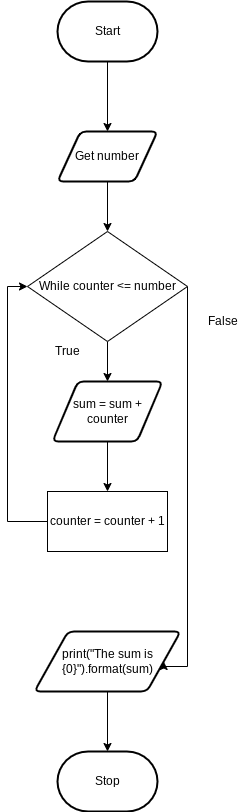
Earlier version of the draw.io export flowchart.png (michael-clermont1/ICS3U-Unit4-01-Python). Source tidied: cells renumbered, new cells last; positions are measured from the earlier drawing's top-left corner, leaving out a move shared by most shapes.
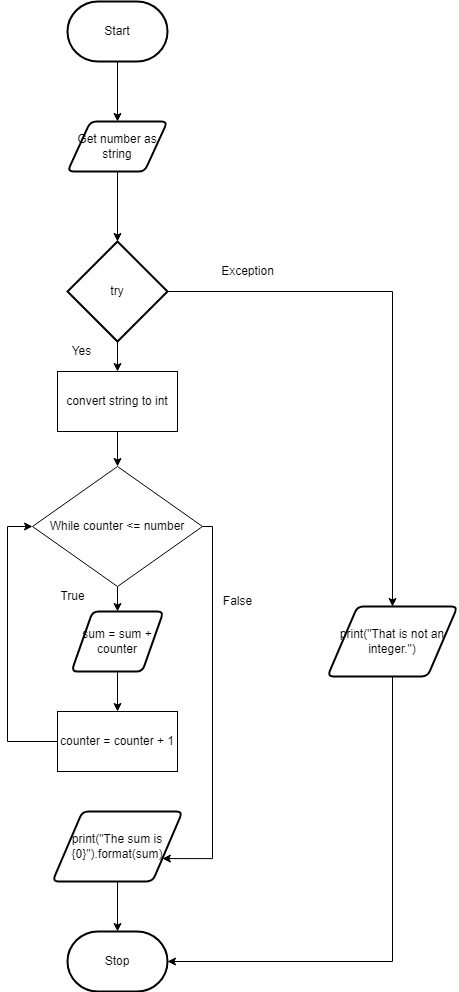
The same diagram one commit later.

What changed in the source:
```diff
@@ -2,62 +2,94 @@
   <root>
     <mxCell id="0" />
     <mxCell id="1" parent="0" />
-    <mxCell id="2" style="edgeStyle=none;html=1;entryX=0.5;entryY=0;entryDx=0;entryDy=0;" parent="1" edge="1" source="3" target="11">
-      <mxGeometry relative="1" as="geometry" />
-    </mxCell>
+    <mxCell id="18" style="edgeStyle=orthogonalEdgeStyle;rounded=0;html=1;entryX=0.5;entryY=0;entryDx=0;entryDy=0;entryPerimeter=0;" parent="1" edge="1" source="3" target="7">
+      <mxGeometry relative="1" as="geometry" />
+    </mxCell>
-    <mxCell id="3" value="Get number" style="shape=parallelogram;html=1;strokeWidth=2;perimeter=parallelogramPerimeter;whiteSpace=wrap;rounded=1;arcSize=12;size=0.23;" parent="1" vertex="1">
-      <mxGeometry x="50" y="130" width="100" height="50" as="geometry" />
+    <mxCell id="3" value="Get number as string" style="shape=parallelogram;html=1;strokeWidth=2;perimeter=parallelogramPerimeter;whiteSpace=wrap;rounded=1;arcSize=12;size=0.23;" parent="1" vertex="1">
+      <mxGeometry x="50" y="-10" width="100" height="50" as="geometry" />
     </mxCell>
     <mxCell id="4" style="edgeStyle=orthogonalEdgeStyle;rounded=0;html=1;entryX=0.5;entryY=0;entryDx=0;entryDy=0;" parent="1" edge="1" source="5" target="3">
       <mxGeometry relative="1" as="geometry" />
     </mxCell>
     <mxCell id="5" value="Start" style="strokeWidth=2;html=1;shape=mxgraph.flowchart.terminator;whiteSpace=wrap;" parent="1" vertex="1">
-      <mxGeometry x="50" width="100" height="60" as="geometry" />
+      <mxGeometry x="50" y="-130" width="100" height="60" as="geometry" />
     </mxCell>
     <mxCell id="6" value="Stop" style="strokeWidth=2;html=1;shape=mxgraph.flowchart.terminator;whiteSpace=wrap;" parent="1" vertex="1">
-      <mxGeometry x="50" y="750" width="100" height="60" as="geometry" />
+      <mxGeometry x="50" y="800" width="100" height="60" as="geometry" />
     </mxCell>
-    <mxCell id="7" style="edgeStyle=orthogonalEdgeStyle;rounded=0;html=1;entryX=0.5;entryY=0;entryDx=0;entryDy=0;entryPerimeter=0;" parent="1" edge="1" source="8" target="6">
-      <mxGeometry relative="1" as="geometry" />
-    </mxCell>
-    <mxCell id="8" value="print(&quot;The sum is {0}&quot;).format(sum)" style="shape=parallelogram;html=1;strokeWidth=2;perimeter=parallelogramPerimeter;whiteSpace=wrap;rounded=1;arcSize=12;size=0.23;" parent="1" vertex="1">
-      <mxGeometry x="27" y="630" width="146" height="60" as="geometry" />
-    </mxCell>
+    <mxCell id="14" style="edgeStyle=none;html=1;entryX=0.5;entryY=0;entryDx=0;entryDy=0;" parent="1" edge="1" source="15" target="17">
+      <mxGeometry relative="1" as="geometry" />
+    </mxCell>
+    <mxCell id="15" value="sum = sum + counter" style="shape=parallelogram;html=1;strokeWidth=2;perimeter=parallelogramPerimeter;whiteSpace=wrap;rounded=1;arcSize=12;size=0.23;" parent="1" vertex="1">
+      <mxGeometry x="54" y="480" width="92" height="60" as="geometry" />
+    </mxCell>
     <mxCell id="9" style="edgeStyle=none;html=1;entryX=0.5;entryY=0;entryDx=0;entryDy=0;" parent="1" edge="1" source="11" target="15">
       <mxGeometry relative="1" as="geometry" />
     </mxCell>
-    <mxCell id="10" style="edgeStyle=orthogonalEdgeStyle;rounded=0;html=1;entryX=1;entryY=0.5;entryDx=0;entryDy=0;" parent="1" edge="1" source="11" target="8">
-      <mxGeometry relative="1" as="geometry">
-        <Array as="points">
-          <mxPoint x="180" y="665" />
-        </Array>
-      </mxGeometry>
-    </mxCell>
+    <mxCell id="19" style="edgeStyle=orthogonalEdgeStyle;rounded=0;html=1;exitX=1;exitY=0.5;exitDx=0;exitDy=0;entryX=1;entryY=0.75;entryDx=0;entryDy=0;" parent="1" edge="1" source="11" target="16">
+      <mxGeometry relative="1" as="geometry">
+        <Array as="points">
+          <mxPoint x="195" y="395" />
+          <mxPoint x="195" y="727" />
+        </Array>
+      </mxGeometry>
+    </mxCell>
     <mxCell id="11" value="While counter &amp;lt;= number" style="rhombus;whiteSpace=wrap;html=1;" parent="1" vertex="1">
-      <mxGeometry x="20" y="230" width="160" height="110" as="geometry" />
+      <mxGeometry x="15" y="335" width="170" height="120" as="geometry" />
     </mxCell>
     <mxCell id="12" value="False" style="text;html=1;align=center;verticalAlign=middle;fillColor=none;strokeColor=none;rounded=0;" parent="1" vertex="1">
-      <mxGeometry x="190" y="310" width="50" height="20" as="geometry" />
+      <mxGeometry x="195" y="460" width="50" height="20" as="geometry" />
     </mxCell>
     <mxCell id="13" value="True" style="text;html=1;align=center;verticalAlign=middle;fillColor=none;strokeColor=none;rounded=0;" parent="1" vertex="1">
-      <mxGeometry x="40" y="340" width="40" height="20" as="geometry" />
+      <mxGeometry x="35" y="455" width="40" height="20" as="geometry" />
     </mxCell>
-    <mxCell id="14" style="edgeStyle=orthogonalEdgeStyle;rounded=0;html=1;entryX=0.5;entryY=0;entryDx=0;entryDy=0;" parent="1" edge="1" source="15" target="17">
-      <mxGeometry relative="1" as="geometry" />
-    </mxCell>
-    <mxCell id="15" value="sum = sum + counter" style="shape=parallelogram;html=1;strokeWidth=2;perimeter=parallelogramPerimeter;whiteSpace=wrap;rounded=1;arcSize=12;size=0.23;" parent="1" vertex="1">
-      <mxGeometry x="45" y="380" width="110" height="60" as="geometry" />
-    </mxCell>
+    <mxCell id="20" style="edgeStyle=orthogonalEdgeStyle;html=1;entryX=0;entryY=0.5;entryDx=0;entryDy=0;rounded=0;" parent="1" edge="1" source="17" target="11">
+      <mxGeometry relative="1" as="geometry">
+        <Array as="points">
+          <mxPoint x="-10" y="610" />
+          <mxPoint x="-10" y="395" />
+        </Array>
+      </mxGeometry>
+    </mxCell>
+    <mxCell id="17" value="counter = counter + 1" style="rounded=0;whiteSpace=wrap;html=1;" parent="1" vertex="1">
+      <mxGeometry x="40" y="580" width="120" height="60" as="geometry" />
+    </mxCell>
+    <mxCell id="10" style="edgeStyle=orthogonalEdgeStyle;rounded=0;html=1;entryX=0.5;entryY=0;entryDx=0;entryDy=0;entryPerimeter=0;" parent="1" edge="1" source="16" target="6">
+      <mxGeometry relative="1" as="geometry" />
+    </mxCell>
-    <mxCell id="16" style="edgeStyle=orthogonalEdgeStyle;html=1;entryX=0;entryY=0.5;entryDx=0;entryDy=0;rounded=0;" parent="1" edge="1" source="17" target="11">
-      <mxGeometry relative="1" as="geometry">
-        <Array as="points">
-          <mxPoint y="520" />
-          <mxPoint y="285" />
-        </Array>
-      </mxGeometry>
+    <mxCell id="16" value="print(&quot;The sum is {0}&quot;).format(sum)" style="shape=parallelogram;html=1;strokeWidth=2;perimeter=parallelogramPerimeter;whiteSpace=wrap;rounded=1;arcSize=12;size=0.23;" parent="1" vertex="1">
+      <mxGeometry x="35" y="680" width="130" height="70" as="geometry" />
     </mxCell>
-    <mxCell id="17" value="counter = counter + 1" style="rounded=0;whiteSpace=wrap;html=1;" parent="1" vertex="1">
-      <mxGeometry x="40" y="490" width="120" height="60" as="geometry" />
-    </mxCell>
+    <mxCell id="21" style="edgeStyle=orthogonalEdgeStyle;html=1;entryX=0.5;entryY=0;entryDx=0;entryDy=0;rounded=0;" parent="1" edge="1" source="7" target="25">
+      <mxGeometry relative="1" as="geometry" />
+    </mxCell>
+    <mxCell id="22" style="edgeStyle=none;html=1;entryX=0.5;entryY=0;entryDx=0;entryDy=0;" parent="1" edge="1" source="7" target="28">
+      <mxGeometry relative="1" as="geometry" />
+    </mxCell>
+    <mxCell id="7" value="try" style="strokeWidth=2;html=1;shape=mxgraph.flowchart.decision;whiteSpace=wrap;" parent="1" vertex="1">
+      <mxGeometry x="50" y="110" width="100" height="100" as="geometry" />
+    </mxCell>
+    <mxCell id="23" value="Yes" style="text;html=1;align=center;verticalAlign=middle;fillColor=none;strokeColor=none;rounded=0;" parent="1" vertex="1">
+      <mxGeometry x="44" y="210" width="40" height="20" as="geometry" />
+    </mxCell>
+    <mxCell id="24" style="edgeStyle=orthogonalEdgeStyle;rounded=0;html=1;entryX=1;entryY=0.5;entryDx=0;entryDy=0;entryPerimeter=0;" parent="1" edge="1" source="25" target="6">
+      <mxGeometry relative="1" as="geometry">
+        <Array as="points">
+          <mxPoint x="375" y="830" />
+        </Array>
+      </mxGeometry>
+    </mxCell>
+    <mxCell id="25" value="print(&quot;That is not an integer.&quot;)" style="shape=parallelogram;html=1;strokeWidth=2;perimeter=parallelogramPerimeter;whiteSpace=wrap;rounded=1;arcSize=12;size=0.23;" parent="1" vertex="1">
+      <mxGeometry x="310" y="475" width="130" height="70" as="geometry" />
+    </mxCell>
+    <mxCell id="26" value="Exception" style="text;html=1;align=center;verticalAlign=middle;fillColor=none;strokeColor=none;rounded=0;" parent="1" vertex="1">
+      <mxGeometry x="195" y="130" width="70" height="20" as="geometry" />
+    </mxCell>
+    <mxCell id="27" style="edgeStyle=none;html=1;entryX=0.5;entryY=0;entryDx=0;entryDy=0;" parent="1" edge="1" source="28" target="11">
+      <mxGeometry relative="1" as="geometry" />
+    </mxCell>
+    <mxCell id="28" value="convert string to int" style="rounded=0;whiteSpace=wrap;html=1;" parent="1" vertex="1">
+      <mxGeometry x="40" y="240" width="120" height="60" as="geometry" />
+    </mxCell>
   </root>
 </mxGraphModel>
```
